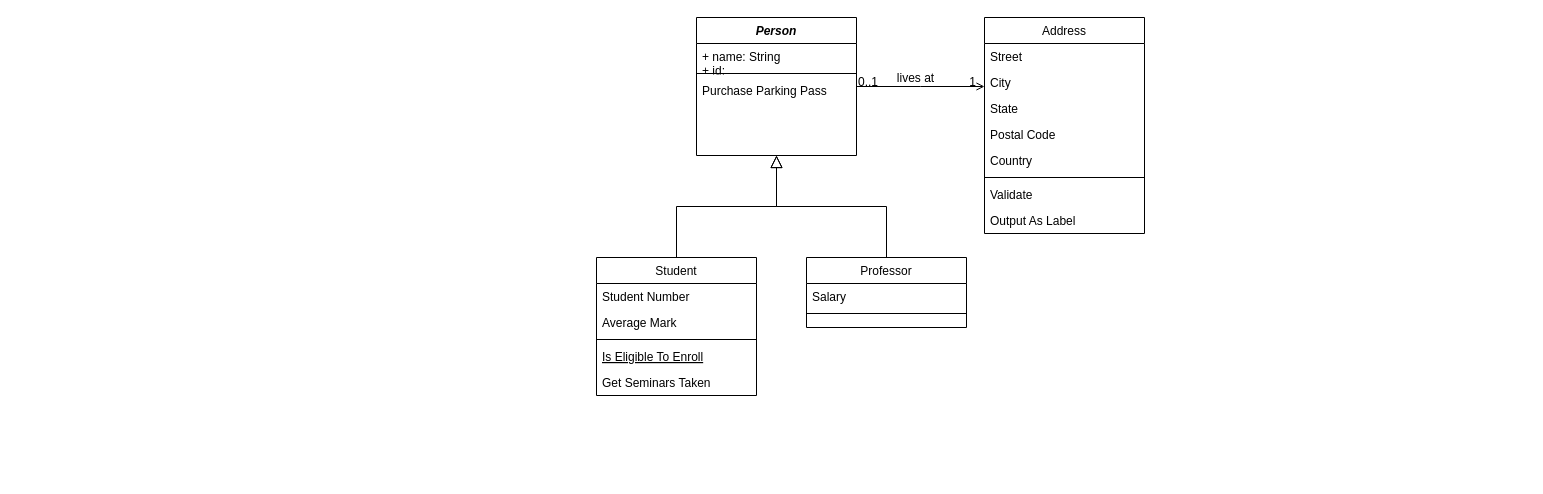
Before: HospitalManagementSystem.drawio in GabrielCevallos/HospitalManagementSystem, a draw.io diagram. Source tidied: cells renumbered, new cells numbered last; positions are measured from the earlier drawing's top-left corner, leaving out a move shared by most shapes. Both pictures are drawn from the tidied source at 100%, with x=0, y=0 at pixel (596, 17).
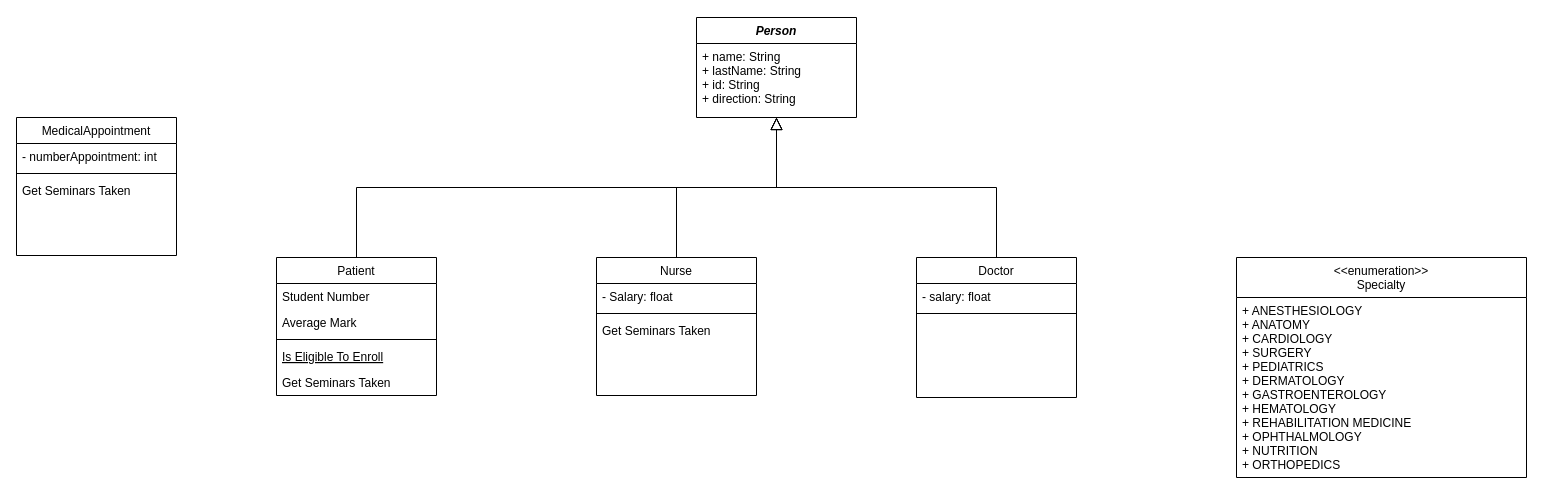
Above is the later version.

The edit, as a diff of the source:
```diff
@@
     <mxCell id="2" value="Person" style="swimlane;fontStyle=3;align=center;verticalAlign=top;horizontal=1;startSize=26;rounded=0;shadow=0;strokeWidth=1;" parent="1" vertex="1">
-      <mxGeometry x="100" width="160" height="138" as="geometry" />
+      <mxGeometry x="100" width="160" height="100" as="geometry" />
     </mxCell>
-    <mxCell id="3" value="+ name: String&#10;+ id: " style="text;align=left;verticalAlign=top;spacingLeft=4;spacingRight=4;overflow=hidden;" parent="2" vertex="1">
-      <mxGeometry y="26" width="160" height="26" as="geometry" />
+    <mxCell id="3" value="+ name: String&#10;+ lastName: String&#10;+ id: String&#10;+ direction: String" style="text;align=left;verticalAlign=top;spacingLeft=4;spacingRight=4;overflow=hidden;" parent="2" vertex="1">
+      <mxGeometry y="26" width="160" height="64" as="geometry" />
     </mxCell>
-    <mxCell id="4" style="line;html=1;strokeWidth=1;align=left;verticalAlign=middle;spacingTop=-1;spacingLeft=3;spacingRight=3;labelPosition=right;" parent="2" vertex="1">
-      <mxGeometry y="52" width="160" height="8" as="geometry" />
-    </mxCell>
-    <mxCell id="5" value="Purchase Parking Pass" style="text;align=left;verticalAlign=top;spacingLeft=4;spacingRight=4;overflow=hidden;" parent="2" vertex="1">
-      <mxGeometry y="60" width="160" height="26" as="geometry" />
-    </mxCell>
-    <mxCell id="6" value="Student" style="swimlane;fontStyle=0;align=center;verticalAlign=top;horizontal=1;startSize=26;rounded=0;shadow=0;strokeWidth=1;" parent="1" vertex="1">
+    <mxCell id="6" value="Nurse" style="swimlane;fontStyle=0;align=center;verticalAlign=top;horizontal=1;startSize=26;rounded=0;shadow=0;strokeWidth=1;" parent="1" vertex="1">
       <mxGeometry y="240" width="160" height="138" as="geometry" />
     </mxCell>
-    <mxCell id="7" value="Student Number" style="text;align=left;verticalAlign=top;spacingLeft=4;spacingRight=4;overflow=hidden;" parent="6" vertex="1">
+    <mxCell id="7" value="- Salary: float" style="text;align=left;verticalAlign=top;spacingLeft=4;spacingRight=4;overflow=hidden;" parent="6" vertex="1">
       <mxGeometry y="26" width="160" height="26" as="geometry" />
     </mxCell>
-    <mxCell id="8" value="Average Mark" style="text;align=left;verticalAlign=top;spacingLeft=4;spacingRight=4;overflow=hidden;rounded=0;shadow=0;html=0;" parent="6" vertex="1">
-      <mxGeometry y="52" width="160" height="26" as="geometry" />
-    </mxCell>
     <mxCell id="9" style="line;html=1;strokeWidth=1;align=left;verticalAlign=middle;spacingTop=-1;spacingLeft=3;spacingRight=3;labelPosition=right;" parent="6" vertex="1">
-      <mxGeometry y="78" width="160" height="8" as="geometry" />
+      <mxGeometry y="52" width="160" height="8" as="geometry" />
     </mxCell>
-    <mxCell id="10" value="Is Eligible To Enroll" style="text;align=left;verticalAlign=top;spacingLeft=4;spacingRight=4;overflow=hidden;fontStyle=4;" parent="6" vertex="1">
-      <mxGeometry y="86" width="160" height="26" as="geometry" />
-    </mxCell>
     <mxCell id="11" value="Get Seminars Taken" style="text;align=left;verticalAlign=top;spacingLeft=4;spacingRight=4;overflow=hidden;" parent="6" vertex="1">
-      <mxGeometry y="112" width="160" height="26" as="geometry" />
+      <mxGeometry y="60" width="160" height="26" as="geometry" />
     </mxCell>
@@
-    <mxCell id="13" value="Professor" style="swimlane;fontStyle=0;align=center;verticalAlign=top;horizontal=1;startSize=26;rounded=0;shadow=0;strokeWidth=1;" parent="1" vertex="1">
-      <mxGeometry x="210" y="240" width="160" height="70" as="geometry" />
+    <mxCell id="13" value="Doctor" style="swimlane;fontStyle=0;align=center;verticalAlign=top;horizontal=1;startSize=26;rounded=0;shadow=0;strokeWidth=1;" parent="1" vertex="1">
+      <mxGeometry x="320" y="240" width="160" height="140" as="geometry" />
     </mxCell>
-    <mxCell id="14" value="Salary" style="text;align=left;verticalAlign=top;spacingLeft=4;spacingRight=4;overflow=hidden;" parent="13" vertex="1">
+    <mxCell id="14" value="- salary: float" style="text;align=left;verticalAlign=top;spacingLeft=4;spacingRight=4;overflow=hidden;" parent="13" vertex="1">
       <mxGeometry y="26" width="160" height="26" as="geometry" />
     </mxCell>
@@
-    <mxCell id="17" value="Address" style="swimlane;fontStyle=0;align=center;verticalAlign=top;horizontal=1;startSize=26;rounded=0;shadow=0;strokeWidth=1;" parent="1" vertex="1">
-      <mxGeometry x="388" width="160" height="216" as="geometry" />
-    </mxCell>
-    <mxCell id="18" value="Street" style="text;align=left;verticalAlign=top;spacingLeft=4;spacingRight=4;overflow=hidden;" parent="17" vertex="1">
-      <mxGeometry y="26" width="160" height="26" as="geometry" />
-    </mxCell>
-    <mxCell id="19" value="City" style="text;align=left;verticalAlign=top;spacingLeft=4;spacingRight=4;overflow=hidden;rounded=0;shadow=0;html=0;" parent="17" vertex="1">
-      <mxGeometry y="52" width="160" height="26" as="geometry" />
-    </mxCell>
-    <mxCell id="20" value="State" style="text;align=left;verticalAlign=top;spacingLeft=4;spacingRight=4;overflow=hidden;rounded=0;shadow=0;html=0;" parent="17" vertex="1">
-      <mxGeometry y="78" width="160" height="26" as="geometry" />
-    </mxCell>
-    <mxCell id="21" value="Postal Code" style="text;align=left;verticalAlign=top;spacingLeft=4;spacingRight=4;overflow=hidden;rounded=0;shadow=0;html=0;" parent="17" vertex="1">
-      <mxGeometry y="104" width="160" height="26" as="geometry" />
-    </mxCell>
-    <mxCell id="22" value="Country" style="text;align=left;verticalAlign=top;spacingLeft=4;spacingRight=4;overflow=hidden;rounded=0;shadow=0;html=0;" parent="17" vertex="1">
-      <mxGeometry y="130" width="160" height="26" as="geometry" />
-    </mxCell>
-    <mxCell id="23" style="line;html=1;strokeWidth=1;align=left;verticalAlign=middle;spacingTop=-1;spacingLeft=3;spacingRight=3;labelPosition=right;" parent="17" vertex="1">
-      <mxGeometry y="156" width="160" height="8" as="geometry" />
-    </mxCell>
-    <mxCell id="24" value="Validate" style="text;align=left;verticalAlign=top;spacingLeft=4;spacingRight=4;overflow=hidden;" parent="17" vertex="1">
-      <mxGeometry y="164" width="160" height="26" as="geometry" />
-    </mxCell>
-    <mxCell id="25" value="Output As Label" style="text;align=left;verticalAlign=top;spacingLeft=4;spacingRight=4;overflow=hidden;" parent="17" vertex="1">
-      <mxGeometry y="190" width="160" height="26" as="geometry" />
-    </mxCell>
-    <mxCell id="26" style="endArrow=open;shadow=0;strokeWidth=1;rounded=0;curved=0;endFill=1;edgeStyle=elbowEdgeStyle;elbow=vertical;" parent="1" edge="1" source="2" target="17">
-      <mxGeometry x="0.5" y="41" relative="1" as="geometry">
-        <mxPoint x="-40" y="32" as="offset" />
-      </mxGeometry>
-    </mxCell>
-    <mxCell id="27" value="0..1" style="align=left;verticalAlign=bottom;labelBackgroundColor=none;fontSize=12;" parent="26" vertex="1">
-      <mxGeometry x="-1" relative="1" as="geometry">
-        <mxPoint y="4" as="offset" />
-      </mxGeometry>
-    </mxCell>
-    <mxCell id="28" value="1" style="align=right;verticalAlign=bottom;labelBackgroundColor=none;fontSize=12;" parent="26" vertex="1">
-      <mxGeometry x="1" relative="1" as="geometry">
-        <mxPoint x="-7" y="4" as="offset" />
-      </mxGeometry>
-    </mxCell>
-    <mxCell id="29" value="lives at" style="text;html=1;align=center;verticalAlign=middle;labelBackgroundColor=none;rounded=0;shadow=0;strokeWidth=1;fontSize=12;" parent="26" vertex="1">
-      <mxGeometry x="0.5" y="49" relative="1" as="geometry">
-        <mxPoint x="-38" y="40" as="offset" />
-      </mxGeometry>
-    </mxCell>
+    <mxCell id="30" value="Patient" style="swimlane;fontStyle=0;align=center;verticalAlign=top;horizontal=1;startSize=26;rounded=0;shadow=0;strokeWidth=1;" parent="1" vertex="1">
+      <mxGeometry x="-320" y="240" width="160" height="138" as="geometry" />
+    </mxCell>
+    <mxCell id="31" value="Student Number" style="text;align=left;verticalAlign=top;spacingLeft=4;spacingRight=4;overflow=hidden;" parent="30" vertex="1">
+      <mxGeometry y="26" width="160" height="26" as="geometry" />
+    </mxCell>
+    <mxCell id="8" value="Average Mark" style="text;align=left;verticalAlign=top;spacingLeft=4;spacingRight=4;overflow=hidden;rounded=0;shadow=0;html=0;" parent="30" vertex="1">
+      <mxGeometry y="52" width="160" height="26" as="geometry" />
+    </mxCell>
+    <mxCell id="32" style="line;html=1;strokeWidth=1;align=left;verticalAlign=middle;spacingTop=-1;spacingLeft=3;spacingRight=3;labelPosition=right;" parent="30" vertex="1">
+      <mxGeometry y="78" width="160" height="8" as="geometry" />
+    </mxCell>
+    <mxCell id="10" value="Is Eligible To Enroll" style="text;align=left;verticalAlign=top;spacingLeft=4;spacingRight=4;overflow=hidden;fontStyle=4;" parent="30" vertex="1">
+      <mxGeometry y="86" width="160" height="26" as="geometry" />
+    </mxCell>
+    <mxCell id="33" value="Get Seminars Taken" style="text;align=left;verticalAlign=top;spacingLeft=4;spacingRight=4;overflow=hidden;" parent="30" vertex="1">
+      <mxGeometry y="112" width="160" height="26" as="geometry" />
+    </mxCell>
+    <mxCell id="34" style="endArrow=block;endSize=10;endFill=0;shadow=0;strokeWidth=1;rounded=0;curved=0;edgeStyle=elbowEdgeStyle;elbow=vertical;exitX=0.5;exitY=0;exitDx=0;exitDy=0;" parent="1" edge="1" source="30">
+      <mxGeometry relative="1" as="geometry">
+        <mxPoint x="180" y="100" as="targetPoint" />
+      </mxGeometry>
+    </mxCell>
+    <mxCell id="35" value="MedicalAppointment" style="swimlane;fontStyle=0;align=center;verticalAlign=top;horizontal=1;startSize=26;rounded=0;shadow=0;strokeWidth=1;" parent="1" vertex="1">
+      <mxGeometry x="-580" y="100" width="160" height="138" as="geometry" />
+    </mxCell>
+    <mxCell id="36" value="- numberAppointment: int" style="text;align=left;verticalAlign=top;spacingLeft=4;spacingRight=4;overflow=hidden;" parent="35" vertex="1">
+      <mxGeometry y="26" width="160" height="26" as="geometry" />
+    </mxCell>
+    <mxCell id="4" style="line;html=1;strokeWidth=1;align=left;verticalAlign=middle;spacingTop=-1;spacingLeft=3;spacingRight=3;labelPosition=right;" parent="35" vertex="1">
+      <mxGeometry y="52" width="160" height="8" as="geometry" />
+    </mxCell>
+    <mxCell id="37" value="Get Seminars Taken" style="text;align=left;verticalAlign=top;spacingLeft=4;spacingRight=4;overflow=hidden;" parent="35" vertex="1">
+      <mxGeometry y="60" width="160" height="26" as="geometry" />
+    </mxCell>
+    <mxCell id="38" value="&lt;&lt;enumeration&gt;&gt;&#10;Specialty" style="swimlane;fontStyle=0;align=center;verticalAlign=top;horizontal=1;startSize=40;rounded=0;shadow=0;strokeWidth=1;" parent="1" vertex="1">
+      <mxGeometry x="640" y="240" width="290" height="220" as="geometry" />
+    </mxCell>
+    <mxCell id="39" value="+ ANESTHESIOLOGY&#10;+ ANATOMY&#10;+ CARDIOLOGY&#10;+ SURGERY&#10;+ PEDIATRICS&#10;+ DERMATOLOGY&#10;+ GASTROENTEROLOGY&#10;+ HEMATOLOGY&#10;+ REHABILITATION MEDICINE&#10;+ OPHTHALMOLOGY&#10;+ NUTRITION&#10;+ ORTHOPEDICS&#10;" style="text;align=left;verticalAlign=top;spacingLeft=4;spacingRight=4;overflow=hidden;" parent="38" vertex="1">
+      <mxGeometry y="40" width="290" height="180" as="geometry" />
+    </mxCell>
```
